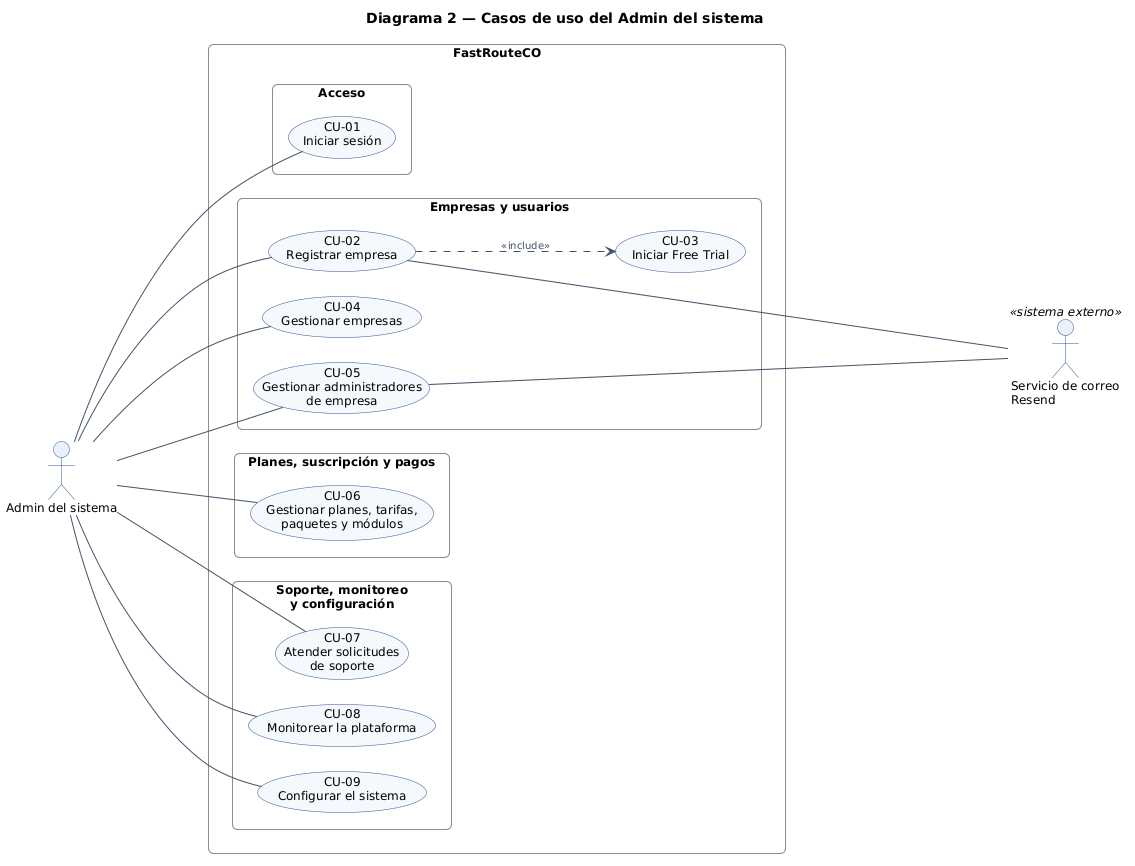
Before: docs/use-cases/platform-admin.png, a diagram exported from PlantUML (JuanBallares03/FastRouteCO).
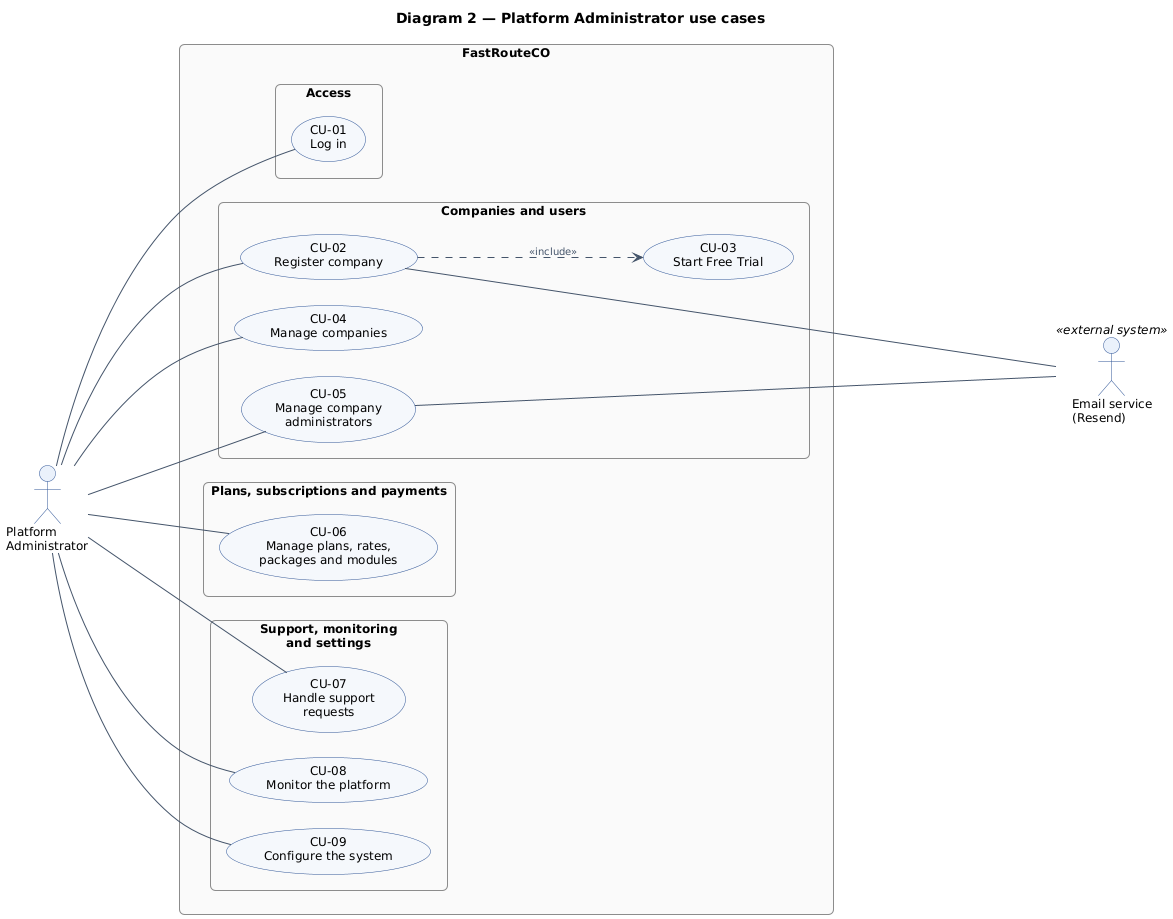
Later version of the same file.

Commit message:
docs(use-cases): translate use case diagrams to English

What changed in the source:
```diff
@@ -1,4 +1,4 @@
-@startuml
+@startuml platform-admin
 left to right direction
 skinparam backgroundColor white
 skinparam defaultFontName Arial
@@ -35,29 +35,29 @@
   BorderColor #B0A060
 }
 
-title Diagrama 2 — Casos de uso del Admin del sistema
+title Diagram 2 — Platform Administrator use cases
 
-actor "Admin del sistema" as Admin
-rectangle "FastRouteCO" as Sistema {
-  package "Acceso" as PAcc {
-    usecase "CU-01\nIniciar sesión" as CU01
+actor "Platform\nAdministrator" as Admin
+rectangle "FastRouteCO" as System {
+  package "Access" as PAcc {
+    usecase "CU-01\nLog in" as CU01
   }
-  package "Empresas y usuarios" as PEmp {
-    usecase "CU-02\nRegistrar empresa" as CU02
-    usecase "CU-03\nIniciar Free Trial" as CU03
-    usecase "CU-04\nGestionar empresas" as CU04
-    usecase "CU-05\nGestionar administradores\nde empresa" as CU05
+  package "Companies and users" as PCom {
+    usecase "CU-02\nRegister company" as CU02
+    usecase "CU-03\nStart Free Trial" as CU03
+    usecase "CU-04\nManage companies" as CU04
+    usecase "CU-05\nManage company\nadministrators" as CU05
   }
-  package "Planes, suscripción y pagos" as PPla {
-    usecase "CU-06\nGestionar planes, tarifas,\npaquetes y módulos" as CU06
+  package "Plans, subscriptions and payments" as PPla {
+    usecase "CU-06\nManage plans, rates,\npackages and modules" as CU06
   }
-  package "Soporte, monitoreo\ny configuración" as PSop {
-    usecase "CU-07\nAtender solicitudes\nde soporte" as CU07
-    usecase "CU-08\nMonitorear la plataforma" as CU08
-    usecase "CU-09\nConfigurar el sistema" as CU09
+  package "Support, monitoring\nand settings" as PSup {
+    usecase "CU-07\nHandle support\nrequests" as CU07
+    usecase "CU-08\nMonitor the platform" as CU08
+    usecase "CU-09\nConfigure the system" as CU09
   }
 }
-actor "Servicio de correo\nResend" as Correo <<sistema externo>>
+actor "Email service\n(Resend)" as Email <<external system>>
 
 Admin -- CU01
 Admin -- CU02
@@ -69,6 +69,6 @@
 Admin -- CU09
 CU02 ..> CU03 : <<include>>
 
-CU02 ---- Correo
-CU05 ---- Correo
+CU02 ---- Email
+CU05 ---- Email
 @enduml
```
